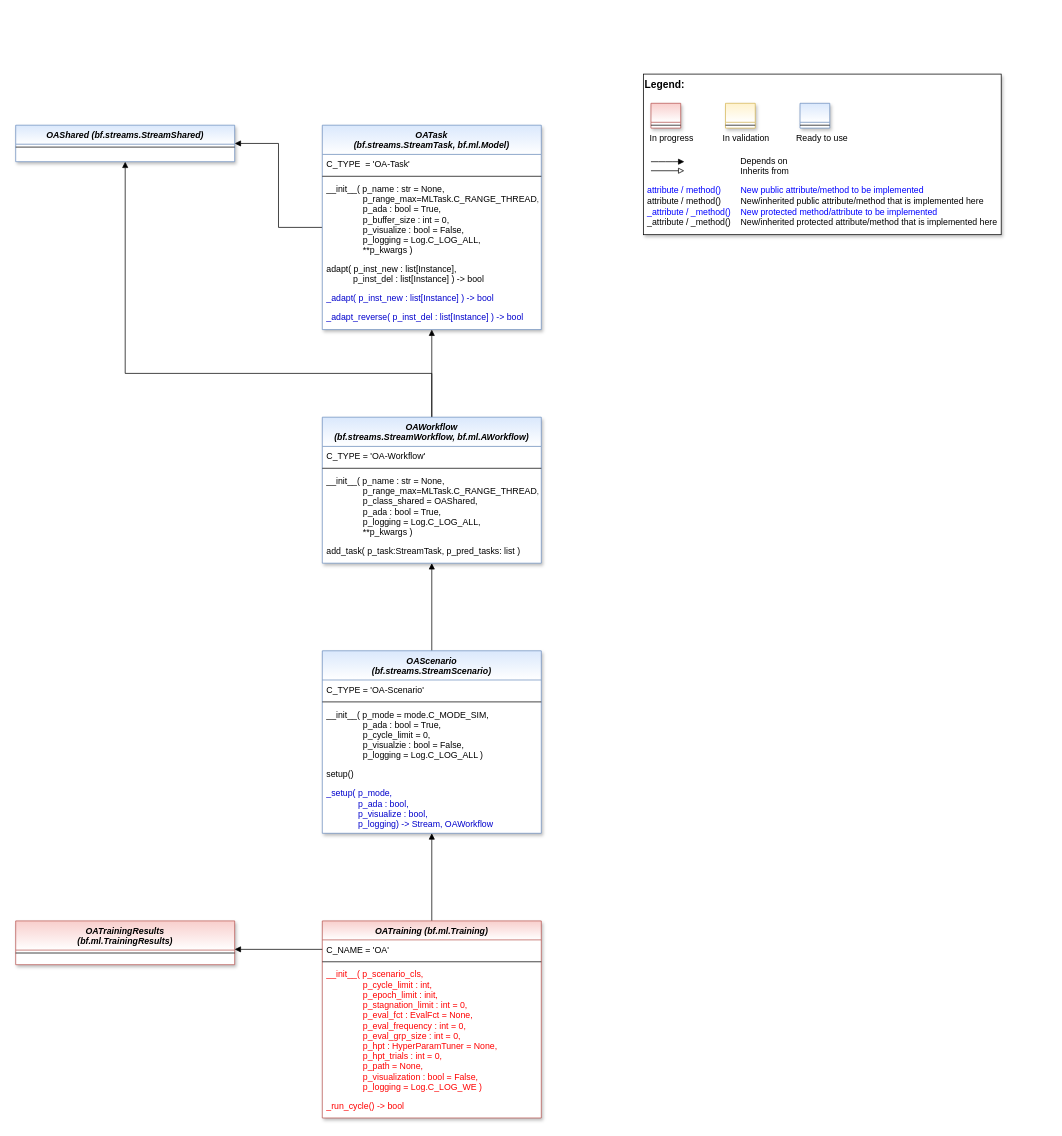
Earlier version of the draw.io diagram doc/rtd/content/99_appendices/appendix2/sub/core/mlpro_oa/streams/images/MLPro-OA-Stream-Processing_class_diagram.drawio (fhswf/MLPro). Source tidied: cells renumbered, new cells numbered last; positions are measured from the earlier drawing's top-left corner, leaving out a move shared by most shapes. Both pictures are drawn from the tidied source at 73%, with x=0, y=0 at pixel (15, 74).
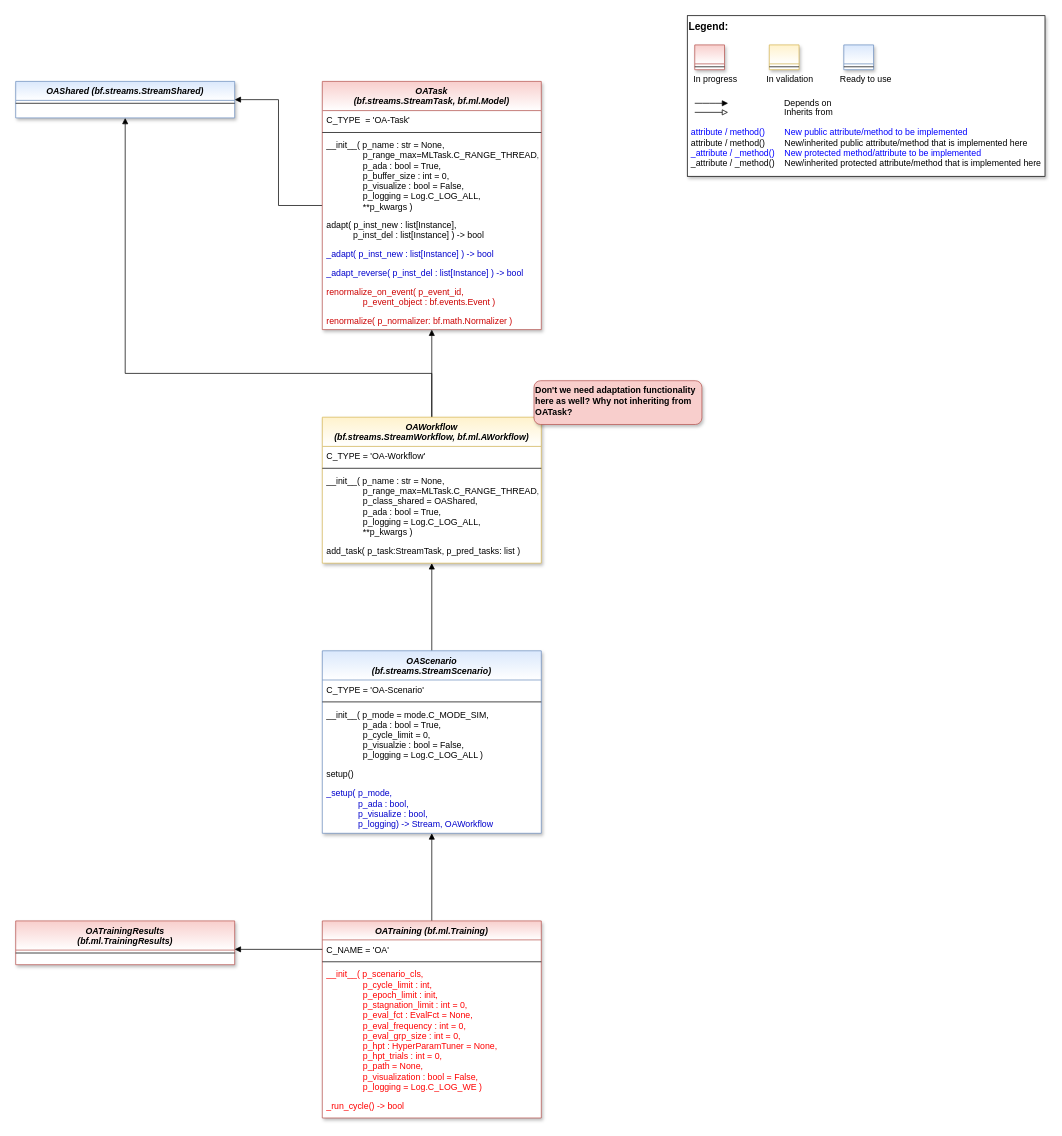
The same page after the edit.

What changed in the source:
```diff
@@
-    <mxCell id="3" value="OATask &#10;(bf.streams.StreamTask, bf.ml.Model)" style="swimlane;fontStyle=3;align=center;verticalAlign=top;horizontal=1;startSize=40;rounded=0;shadow=1;strokeWidth=1;fillColor=#dae8fc;strokeColor=#6c8ebf;swimlaneFillColor=#ffffff;gradientColor=#FFFFFF;" parent="1" vertex="1">
-      <mxGeometry x="420" y="70" width="300" height="280" as="geometry" />
+    <mxCell id="3" value="OATask &#10;(bf.streams.StreamTask, bf.ml.Model)" style="swimlane;fontStyle=3;align=center;verticalAlign=top;horizontal=1;startSize=40;rounded=0;shadow=1;strokeWidth=1;fillColor=#f8cecc;strokeColor=#b85450;swimlaneFillColor=#ffffff;gradientColor=#FFFFFF;" parent="1" vertex="1">
+      <mxGeometry x="420" y="10" width="300" height="340" as="geometry" />
     </mxCell>
@@
+    <mxCell id="45" value="renormalize_on_event( p_event_id, &#10;               p_event_object : bf.events.Event )" style="text;align=left;verticalAlign=top;spacingLeft=4;spacingRight=4;overflow=hidden;fontColor=#CC0000;" parent="3" vertex="1">
+      <mxGeometry y="275" width="300" height="40" as="geometry" />
+    </mxCell>
+    <mxCell id="46" value="renormalize( p_normalizer: bf.math.Normalizer )" style="text;align=left;verticalAlign=top;spacingLeft=4;spacingRight=4;overflow=hidden;fontColor=#CC0000;" parent="3" vertex="1">
+      <mxGeometry y="315" width="300" height="25" as="geometry" />
+    </mxCell>
     <mxCell id="10" style="group;" parent="1" vertex="1">
-      <mxGeometry x="860" width="490" height="220" as="geometry" />
+      <mxGeometry x="920" y="-80" width="490" height="220" as="geometry" />
     </mxCell>
@@
-    <mxCell id="22" value="OAWorkflow &#10;(bf.streams.StreamWorkflow, bf.ml.AWorkflow)" style="swimlane;fontStyle=3;align=center;verticalAlign=top;horizontal=1;startSize=40;rounded=0;shadow=1;strokeWidth=1;fillColor=#dae8fc;strokeColor=#6c8ebf;swimlaneFillColor=#ffffff;gradientColor=#FFFFFF;" parent="1" vertex="1">
+    <mxCell id="22" value="OAWorkflow &#10;(bf.streams.StreamWorkflow, bf.ml.AWorkflow)" style="swimlane;fontStyle=3;align=center;verticalAlign=top;horizontal=1;startSize=40;rounded=0;shadow=1;strokeWidth=1;fillColor=#fff2cc;strokeColor=#d6b656;swimlaneFillColor=#ffffff;gradientColor=#FFFFFF;" parent="1" vertex="1">
       <mxGeometry x="420" y="470" width="300" height="200" as="geometry" />
     </mxCell>
@@
     <mxCell id="42" value="OAShared (bf.streams.StreamShared)" style="swimlane;fontStyle=3;align=center;verticalAlign=top;horizontal=1;startSize=26;rounded=0;shadow=1;strokeWidth=1;fillColor=#dae8fc;strokeColor=#6c8ebf;swimlaneFillColor=#ffffff;gradientColor=#FFFFFF;" parent="1" vertex="1">
-      <mxGeometry y="70" width="300" height="50" as="geometry" />
+      <mxGeometry y="10" width="300" height="50" as="geometry" />
     </mxCell>
@@
+    <mxCell id="47" value="Don't we need adaptation functionality here as well? Why not inheriting from OATask?" style="rounded=1;whiteSpace=wrap;html=1;shadow=1;fillColor=#f8cecc;strokeColor=#b85450;align=left;fontStyle=1;verticalAlign=top;" parent="1" vertex="1">
+      <mxGeometry x="710" y="420" width="230" height="60" as="geometry" />
+    </mxCell>
```
